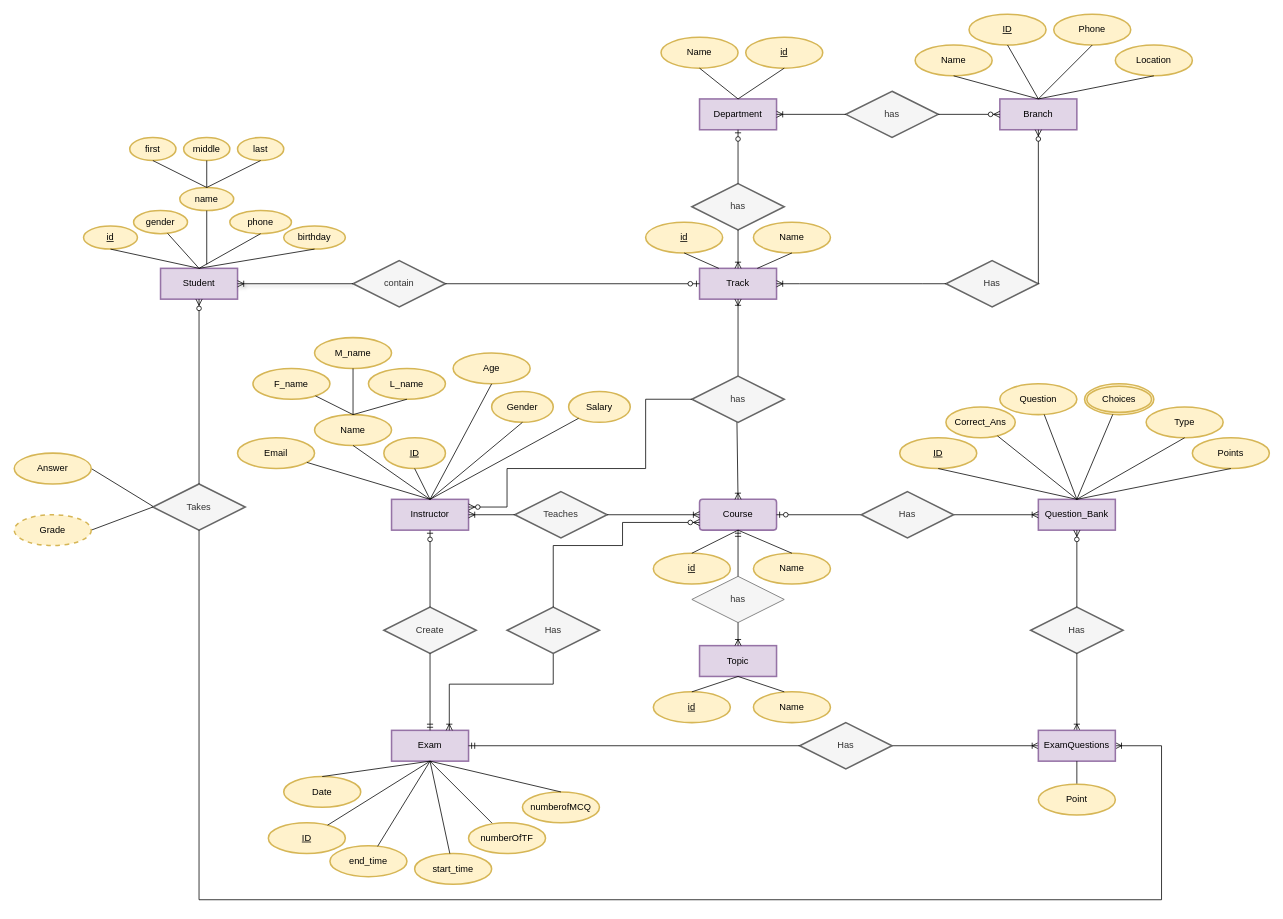
aya-abdelmageed/OnlineExaminationSystem keeps this draw.io diagram as OnlineExaminationSystem.drawio. Above is the earlier version. Source tidied: cells renumbered, new cells numbered last; positions are measured from the earlier drawing's top-left corner, leaving out a move shared by most shapes. Both pictures are drawn from the tidied source at 77%, with x=0, y=0 at pixel (14, 14).
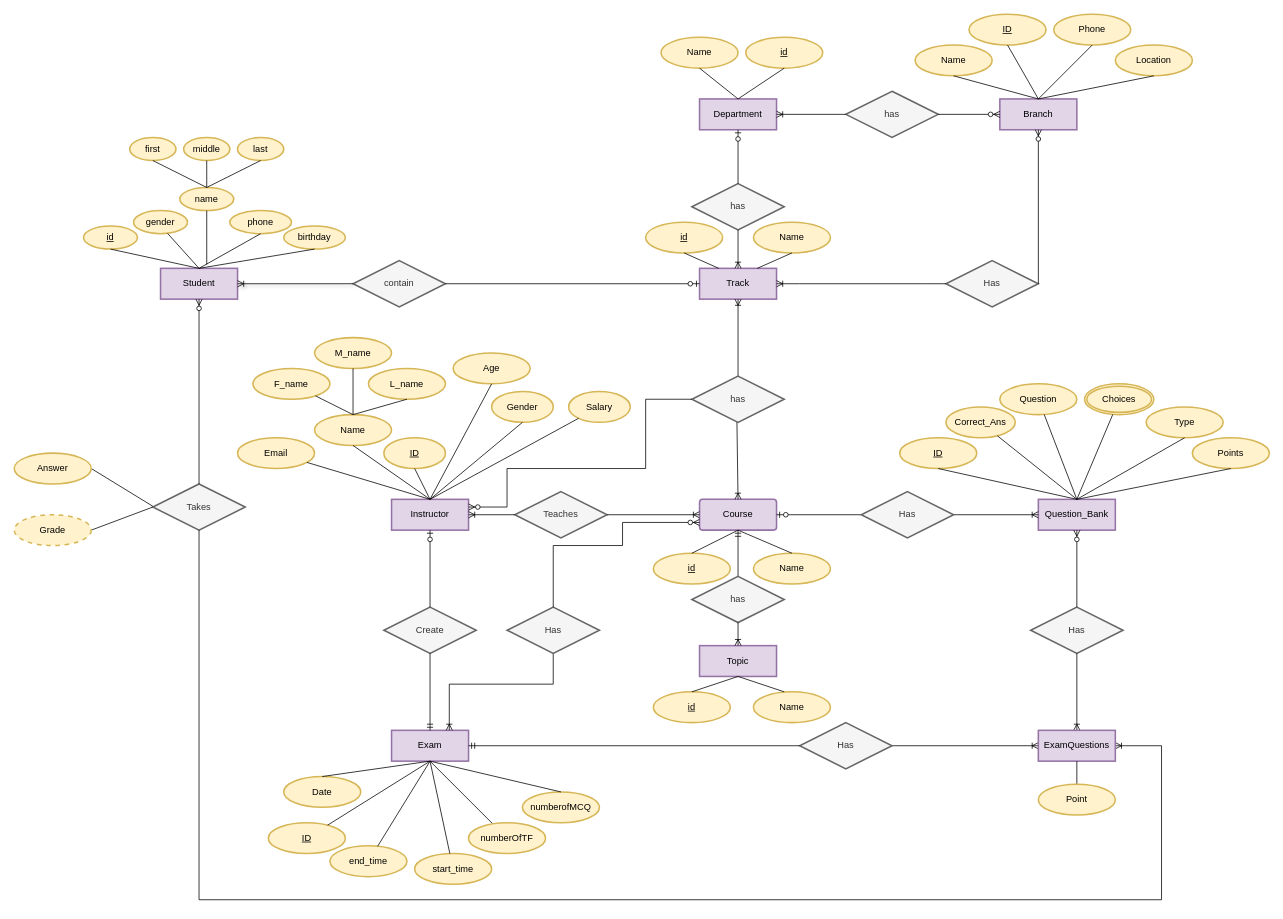
After the change.

The edit, as a diff of the source:
```diff
@@
-    <mxCell id="76" value="has" style="shape=rhombus;perimeter=rhombusPerimeter;whiteSpace=wrap;html=1;align=center;fillColor=#f5f5f5;fontColor=#333333;strokeColor=#666666;" parent="1" vertex="1">
+    <mxCell id="76" value="has" style="shape=rhombus;perimeter=rhombusPerimeter;whiteSpace=wrap;html=1;align=center;fillColor=#f5f5f5;fontColor=#333333;strokeColor=#666666;strokeWidth=2;" parent="1" vertex="1">
       <mxGeometry x="880" y="730" width="120" height="60" as="geometry" />
     </mxCell>
```
